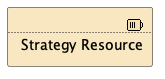
The PlantUML diagram doc/elements/strategy-resource.plantuml.png in SixArm/archimate-examples, before a commit.
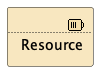
The same diagram one commit later.

The edit, as a diff of the source:
```diff
@@ -1,4 +1,4 @@
 @startuml
 !include <archimate/Archimate>
-Strategy_Resource(SR_01, "Strategy Resource")
+Strategy_Resource(Resource, "Resource")
 @enduml
```
